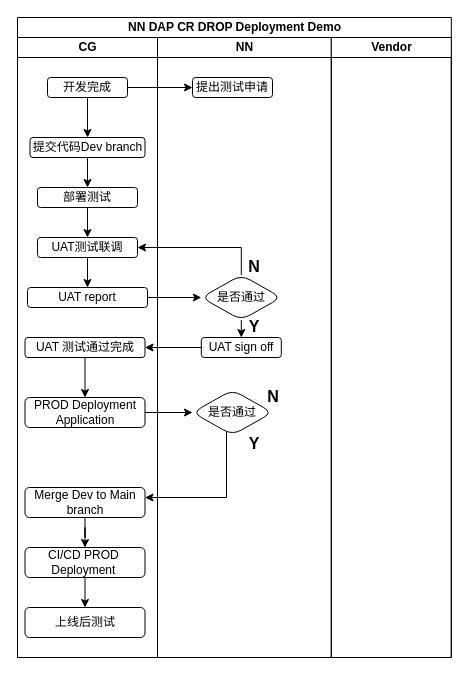
Above: page "Page-6" (6 of 7) of TH_CLS_Diagram.drawio in highzheng/Arhi_Diagrams (draw.io), before the change. Source tidied: cells renumbered, new cells numbered last; positions are measured from the earlier drawing's top-left corner, leaving out a move shared by most shapes. Both pictures are drawn from the tidied source at 100%, with x=0, y=0 at pixel (17, 17).
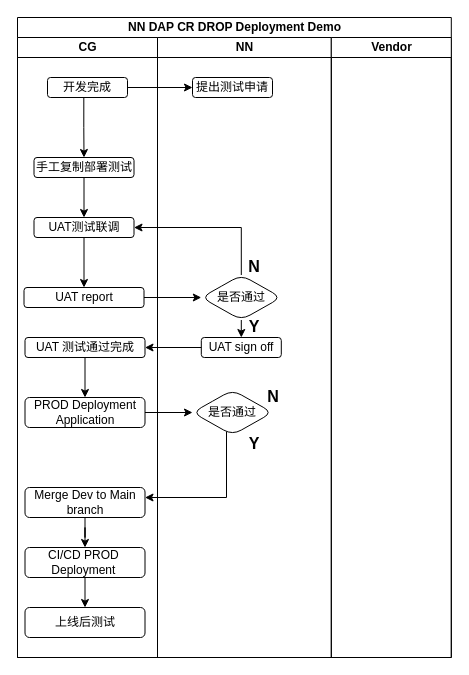
The same page after the edit.

Unchanged cells that the change refers to:
```xml
<mxCell id="3" value="CG" style="swimlane;startSize=20;html=1;" parent="2" vertex="1">
  <mxGeometry y="20" width="140" height="620" as="geometry" />
</mxCell>
<mxCell id="5" value="开发完成" style="rounded=1;whiteSpace=wrap;html=1;" parent="3" vertex="1">
  <mxGeometry x="30" y="40" width="80" height="20" as="geometry" />
</mxCell>
```

What changed in the source:
```diff
@@
-    <mxCell id="4" style="edgeStyle=orthogonalEdgeStyle;rounded=0;jettySize=auto;html=1;" parent="3" edge="1" source="5" target="7">
-      <mxGeometry relative="1" as="geometry" />
-    </mxCell>
@@
-    <mxCell id="6" style="edgeStyle=orthogonalEdgeStyle;rounded=0;jettySize=auto;html=1;" parent="3" edge="1" source="7" target="9">
+    <mxCell id="6" style="edgeStyle=orthogonalEdgeStyle;rounded=0;jettySize=auto;html=1;exitX=0.454;exitY=1.014;exitDx=0;exitDy=0;exitPerimeter=0;" parent="3" edge="1" source="5" target="9">
       <mxGeometry relative="1" as="geometry" />
     </mxCell>
-    <mxCell id="7" value="提交代码Dev branch" style="whiteSpace=wrap;html=1;rounded=1;" parent="3" vertex="1">
-      <mxGeometry x="12.5" y="100" width="115" height="20" as="geometry" />
-    </mxCell>
@@
-    <mxCell id="9" value="部署测试" style="whiteSpace=wrap;html=1;rounded=1;" parent="3" vertex="1">
-      <mxGeometry x="20" y="150" width="100" height="20" as="geometry" />
+    <mxCell id="9" value="手工复制部署测试" style="whiteSpace=wrap;html=1;rounded=1;" parent="3" vertex="1">
+      <mxGeometry x="16.5" y="120" width="100" height="20" as="geometry" />
     </mxCell>
@@
     <mxCell id="11" value="UAT测试联调" style="whiteSpace=wrap;html=1;rounded=1;" parent="3" vertex="1">
-      <mxGeometry x="20" y="200" width="100" height="20" as="geometry" />
+      <mxGeometry x="16.5" y="180" width="100" height="20" as="geometry" />
     </mxCell>
     <mxCell id="12" value="UAT report" style="whiteSpace=wrap;html=1;rounded=1;" parent="3" vertex="1">
-      <mxGeometry x="10" y="250" width="120" height="20" as="geometry" />
+      <mxGeometry x="6.5" y="250" width="120" height="20" as="geometry" />
     </mxCell>
```
